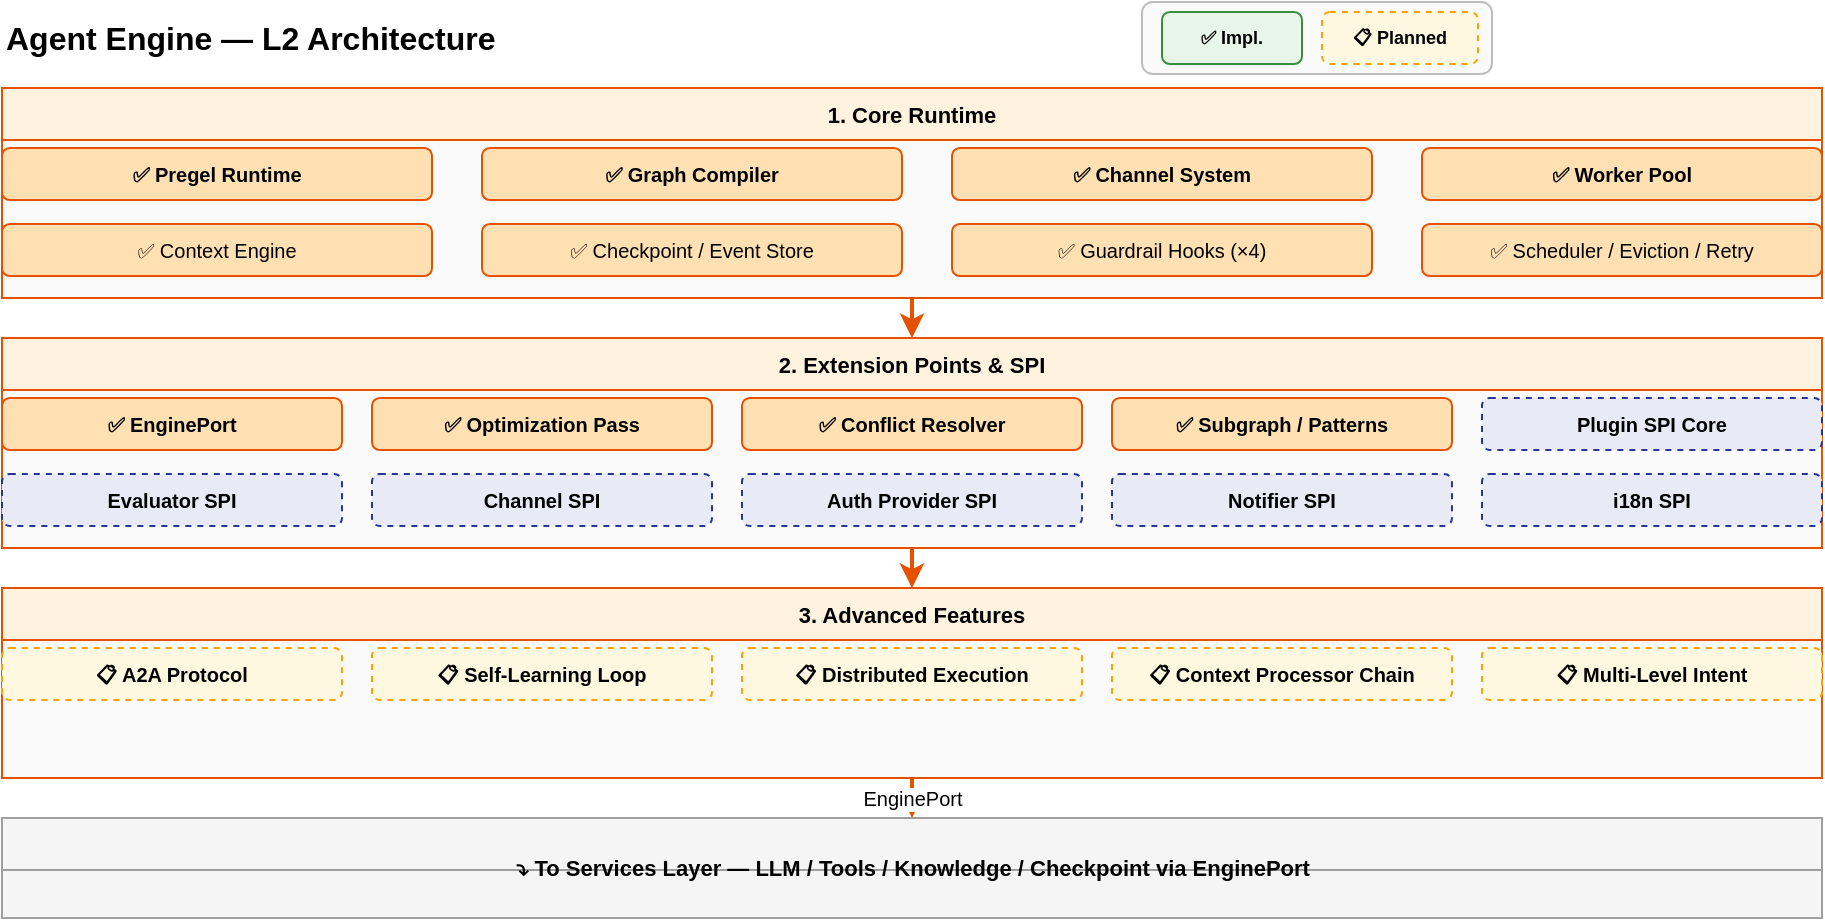
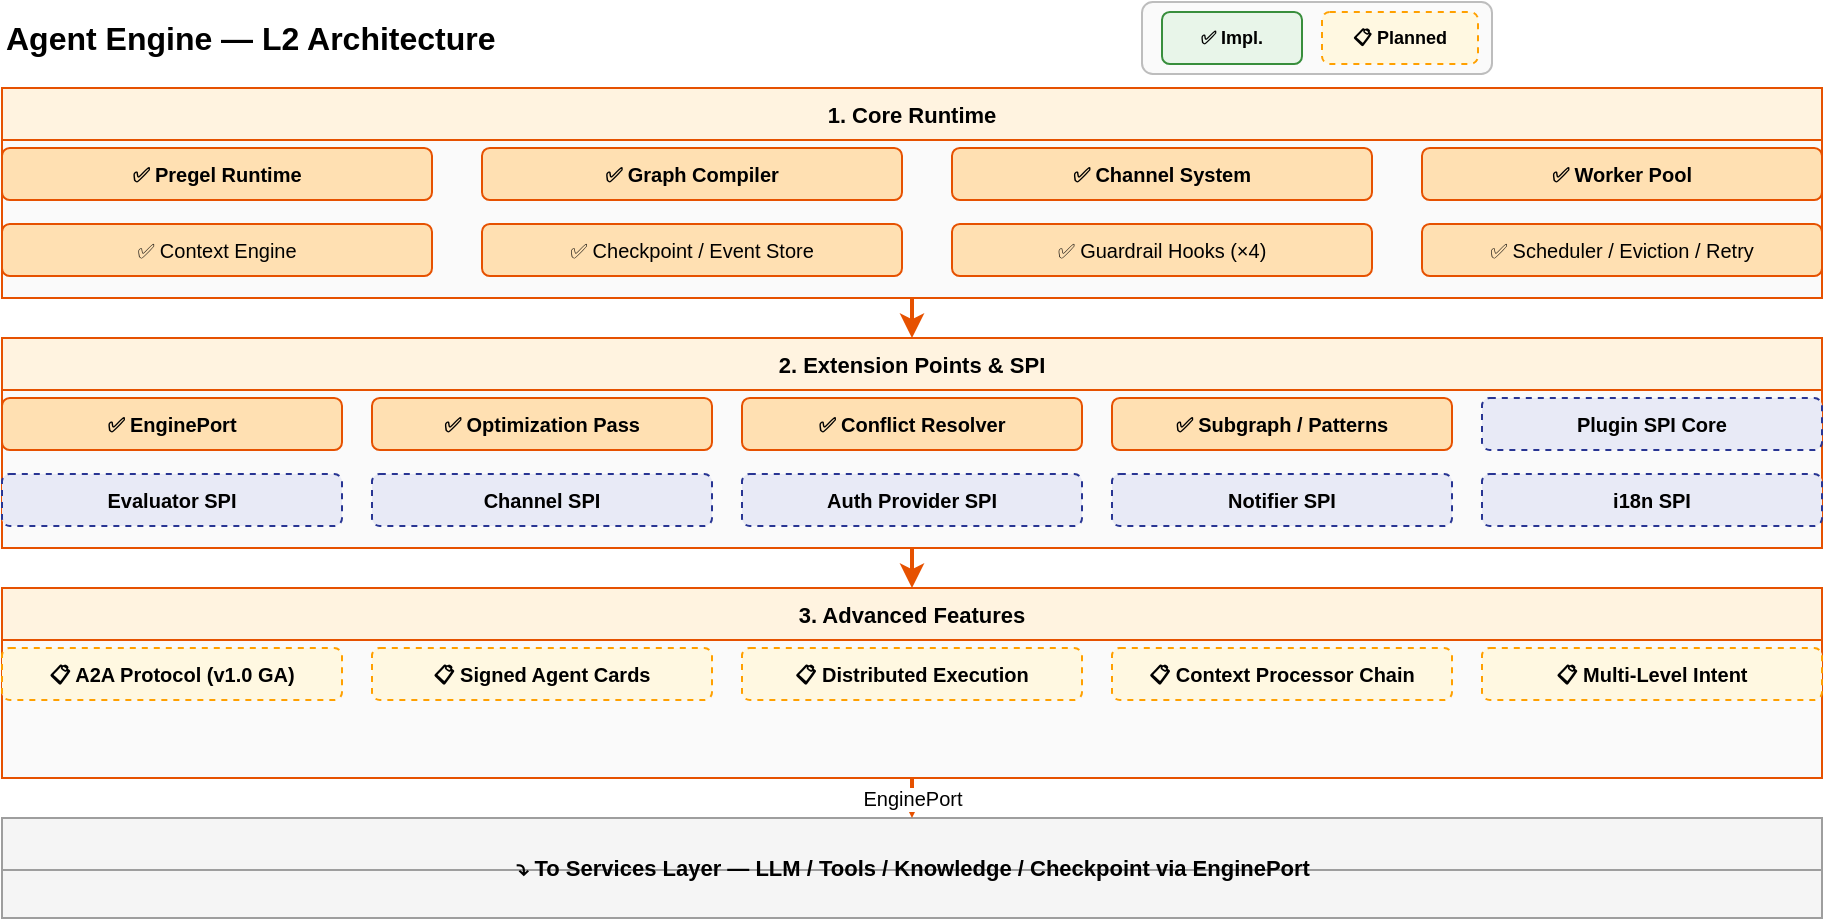
<?xml version="1.0" encoding="UTF-8"?>
<mxfile host="drawio" version="26.0.0">
  <diagram name="Agent-Engine-L2" id="agent-engine-l2">
    <mxGraphModel dx="3000" dy="2200" grid="1" gridSize="10" guides="1" tooltips="1" connect="1" arrows="1" fold="1" page="1" pageScale="1" pageWidth="950" pageHeight="520" math="0" shadow="0">
      <root>
        <mxCell id="0" />
        <mxCell id="1" parent="0" />

        <!-- LEGEND -->
        <mxCell id="legend" value="" style="rounded=1;whiteSpace=wrap;html=1;fillColor=#FAFAFA;strokeColor=#BDBDBD;strokeWidth=1;" vertex="1" parent="1">
          <mxGeometry x="590" y="12" width="175" height="36" as="geometry" />
        </mxCell>
        <mxCell id="legend_done" value="✅ Impl." style="rounded=1;whiteSpace=wrap;html=1;fillColor=#E8F5E9;strokeColor=#388E3C;fontSize=9;fontStyle=1;" vertex="1" parent="1">
          <mxGeometry x="600" y="17" width="70" height="26" as="geometry" />
        </mxCell>
        <mxCell id="legend_plan" value="📋 Planned" style="rounded=1;whiteSpace=wrap;html=1;fillColor=#FFF8E1;strokeColor=#FFA000;fontSize=9;fontStyle=1;dashed=1;" vertex="1" parent="1">
          <mxGeometry x="680" y="17" width="78" height="26" as="geometry" />
        </mxCell>
        <!-- TITLE -->
        <mxCell id="title" value="&lt;b&gt;Agent Engine — L2 Architecture&lt;/b&gt;" style="text;html=1;fontSize=16;fontStyle=1;align=left;verticalAlign=middle;fillColor=none;strokeColor=none;" vertex="1" parent="1">
          <mxGeometry x="20" y="15" width="500" height="30" as="geometry" />
        </mxCell>

        <!-- ROW 1: CORE RUNTIME -->
        <mxCell id="r1_c" value="1. Core Runtime" style="swimlane;startSize=26;fillColor=#FFF3E0;strokeColor=#E65100;fontSize=11;fontStyle=1;swimlaneFillColor=#FAFAFA;" vertex="1" parent="1">
          <mxGeometry x="20" y="55" width="910" height="105" as="geometry" />
        </mxCell>
        <!-- Sub-row 1a: 215+210+210+200 = 835 -->
        <mxCell id="r1_pregel" value="✅ Pregel Runtime" style="rounded=1;whiteSpace=wrap;html=1;fillColor=#FFE0B2;strokeColor=#E65100;fontSize=10;fontStyle=1;" vertex="1" parent="r1_c">
          <mxGeometry x="0" y="30" width="215" height="26" as="geometry" />
        </mxCell>
        <mxCell id="r1_compiler" value="✅ Graph Compiler" style="rounded=1;whiteSpace=wrap;html=1;fillColor=#FFE0B2;strokeColor=#E65100;fontSize=10;fontStyle=1;" vertex="1" parent="r1_c">
          <mxGeometry x="240" y="30" width="210" height="26" as="geometry" />
        </mxCell>
        <mxCell id="r1_channel" value="✅ Channel System" style="rounded=1;whiteSpace=wrap;html=1;fillColor=#FFE0B2;strokeColor=#E65100;fontSize=10;fontStyle=1;" vertex="1" parent="r1_c">
          <mxGeometry x="475" y="30" width="210" height="26" as="geometry" />
        </mxCell>
        <mxCell id="r1_workerpool" value="✅ Worker Pool" style="rounded=1;whiteSpace=wrap;html=1;fillColor=#FFE0B2;strokeColor=#E65100;fontSize=10;fontStyle=1;" vertex="1" parent="r1_c">
          <mxGeometry x="710" y="30" width="200" height="26" as="geometry" />
        </mxCell>
        <!-- Sub-row 1b -->
        <mxCell id="r1_context" value="✅ Context Engine" style="rounded=1;whiteSpace=wrap;html=1;fillColor=#FFE0B2;strokeColor=#E65100;fontSize=10;" vertex="1" parent="r1_c">
          <mxGeometry x="0" y="68" width="215" height="26" as="geometry" />
        </mxCell>
        <mxCell id="r1_checkpoint" value="✅ Checkpoint / Event Store" style="rounded=1;whiteSpace=wrap;html=1;fillColor=#FFE0B2;strokeColor=#E65100;fontSize=10;" vertex="1" parent="r1_c">
          <mxGeometry x="240" y="68" width="210" height="26" as="geometry" />
        </mxCell>
        <mxCell id="r1_guardrail" value="✅ Guardrail Hooks (×4)" style="rounded=1;whiteSpace=wrap;html=1;fillColor=#FFE0B2;strokeColor=#E65100;fontSize=10;" vertex="1" parent="r1_c">
          <mxGeometry x="475" y="68" width="210" height="26" as="geometry" />
        </mxCell>
        <mxCell id="r1_scheduler" value="✅ Scheduler / Eviction / Retry" style="rounded=1;whiteSpace=wrap;html=1;fillColor=#FFE0B2;strokeColor=#E65100;fontSize=10;" vertex="1" parent="r1_c">
          <mxGeometry x="710" y="68" width="200" height="26" as="geometry" />
        </mxCell>

        <!-- ROW 2: EXTENSION POINTS & SPI -->
        <mxCell id="r2_c" value="2. Extension Points &amp; SPI" style="swimlane;startSize=26;fillColor=#FFF3E0;strokeColor=#E65100;fontSize=11;fontStyle=1;swimlaneFillColor=#FAFAFA;" vertex="1" parent="1">
          <mxGeometry x="20" y="180" width="910" height="105" as="geometry" />
        </mxCell>
        <!-- Sub-row 2a: 5 × 170 = 850 -->
        <mxCell id="r2_engineport" value="✅ EnginePort" style="rounded=1;whiteSpace=wrap;html=1;fillColor=#FFE0B2;strokeColor=#E65100;fontSize=10;fontStyle=1;" vertex="1" parent="r2_c">
          <mxGeometry x="0" y="30" width="170" height="26" as="geometry" />
        </mxCell>
        <mxCell id="r2_optimization" value="✅ Optimization Pass" style="rounded=1;whiteSpace=wrap;html=1;fillColor=#FFE0B2;strokeColor=#E65100;fontSize=10;fontStyle=1;" vertex="1" parent="r2_c">
          <mxGeometry x="185" y="30" width="170" height="26" as="geometry" />
        </mxCell>
        <mxCell id="r2_conflict" value="✅ Conflict Resolver" style="rounded=1;whiteSpace=wrap;html=1;fillColor=#FFE0B2;strokeColor=#E65100;fontSize=10;fontStyle=1;" vertex="1" parent="r2_c">
          <mxGeometry x="370" y="30" width="170" height="26" as="geometry" />
        </mxCell>
        <mxCell id="r2_subgraph" value="✅ Subgraph / Patterns" style="rounded=1;whiteSpace=wrap;html=1;fillColor=#FFE0B2;strokeColor=#E65100;fontSize=10;fontStyle=1;" vertex="1" parent="r2_c">
          <mxGeometry x="555" y="30" width="170" height="26" as="geometry" />
        </mxCell>
        <mxCell id="r2_plugin" value="Plugin SPI Core" style="rounded=1;whiteSpace=wrap;html=1;fillColor=#E8EAF6;strokeColor=#283593;fontSize=10;fontStyle=1;dashed=1;" vertex="1" parent="r2_c">
          <mxGeometry x="740" y="30" width="170" height="26" as="geometry" />
        </mxCell>
        <!-- Sub-row 2b -->
        <mxCell id="r2_evaluator" value="Evaluator SPI" style="rounded=1;whiteSpace=wrap;html=1;fillColor=#E8EAF6;strokeColor=#283593;fontSize=10;fontStyle=1;dashed=1;" vertex="1" parent="r2_c">
          <mxGeometry x="0" y="68" width="170" height="26" as="geometry" />
        </mxCell>
        <mxCell id="r2_channelspi" value="Channel SPI" style="rounded=1;whiteSpace=wrap;html=1;fillColor=#E8EAF6;strokeColor=#283593;fontSize=10;fontStyle=1;dashed=1;" vertex="1" parent="r2_c">
          <mxGeometry x="185" y="68" width="170" height="26" as="geometry" />
        </mxCell>
        <mxCell id="r2_authspi" value="Auth Provider SPI" style="rounded=1;whiteSpace=wrap;html=1;fillColor=#E8EAF6;strokeColor=#283593;fontSize=10;fontStyle=1;dashed=1;" vertex="1" parent="r2_c">
          <mxGeometry x="370" y="68" width="170" height="26" as="geometry" />
        </mxCell>
        <mxCell id="r2_notifier" value="Notifier SPI" style="rounded=1;whiteSpace=wrap;html=1;fillColor=#E8EAF6;strokeColor=#283593;fontSize=10;fontStyle=1;dashed=1;" vertex="1" parent="r2_c">
          <mxGeometry x="555" y="68" width="170" height="26" as="geometry" />
        </mxCell>
        <mxCell id="r2_i18n" value="i18n SPI" style="rounded=1;whiteSpace=wrap;html=1;fillColor=#E8EAF6;strokeColor=#283593;fontSize=10;fontStyle=1;dashed=1;" vertex="1" parent="r2_c">
          <mxGeometry x="740" y="68" width="170" height="26" as="geometry" />
        </mxCell>

        <!-- ROW 3: ADVANCED FEATURES -->
        <mxCell id="r3_c" value="3. Advanced Features" style="swimlane;startSize=26;fillColor=#FFF3E0;strokeColor=#E65100;fontSize=11;fontStyle=1;swimlaneFillColor=#FAFAFA;" vertex="1" parent="1">
          <mxGeometry x="20" y="305" width="910" height="95" as="geometry" />
        </mxCell>
        <!-- 5 × 170 = 850 -->
-         <mxCell id="r3_a2a" value="📋 A2A Protocol" style="rounded=1;whiteSpace=wrap;html=1;fillColor=#FFF8E1;strokeColor=#FFA000;fontSize=10;fontStyle=1;dashed=1;" vertex="1" parent="r3_c">
+         <mxCell id="r3_a2a" value="📋 A2A Protocol (v1.0 GA)" style="rounded=1;whiteSpace=wrap;html=1;fillColor=#FFF8E1;strokeColor=#FFA000;fontSize=10;fontStyle=1;dashed=1;" vertex="1" parent="r3_c">
          <mxGeometry x="0" y="30" width="170" height="26" as="geometry" />
        </mxCell>
-         <mxCell id="r3_selflearn" value="📋 Self-Learning Loop" style="rounded=1;whiteSpace=wrap;html=1;fillColor=#FFF8E1;strokeColor=#FFA000;fontSize=10;fontStyle=1;dashed=1;" vertex="1" parent="r3_c">
+         <mxCell id="r3_cards" value="📋 Signed Agent Cards" style="rounded=1;whiteSpace=wrap;html=1;fillColor=#FFF8E1;strokeColor=#FFA000;fontSize=10;fontStyle=1;dashed=1;" vertex="1" parent="r3_c">
          <mxGeometry x="185" y="30" width="170" height="26" as="geometry" />
        </mxCell>
        <mxCell id="r3_distributed" value="📋 Distributed Execution" style="rounded=1;whiteSpace=wrap;html=1;fillColor=#FFF8E1;strokeColor=#FFA000;fontSize=10;fontStyle=1;dashed=1;" vertex="1" parent="r3_c">
          <mxGeometry x="370" y="30" width="170" height="26" as="geometry" />
        </mxCell>
        <mxCell id="r3_ctxchain" value="📋 Context Processor Chain" style="rounded=1;whiteSpace=wrap;html=1;fillColor=#FFF8E1;strokeColor=#FFA000;fontSize=10;fontStyle=1;dashed=1;" vertex="1" parent="r3_c">
          <mxGeometry x="555" y="30" width="170" height="26" as="geometry" />
        </mxCell>
        <mxCell id="r3_intent" value="📋 Multi-Level Intent" style="rounded=1;whiteSpace=wrap;html=1;fillColor=#FFF8E1;strokeColor=#FFA000;fontSize=10;fontStyle=1;dashed=1;" vertex="1" parent="r3_c">
          <mxGeometry x="740" y="30" width="170" height="26" as="geometry" />
        </mxCell>

        <!-- ROW 4: DOWNSTREAM -->
        <mxCell id="r4_c" value="" style="swimlane;startSize=26;fillColor=#F5F5F5;strokeColor=#9E9E9E;fontSize=11;fontStyle=1;swimlaneFillColor=#F5F5F5;" vertex="1" parent="1">
          <mxGeometry x="20" y="420" width="910" height="50" as="geometry" />
        </mxCell>
        <mxCell id="r4_down" value="⤵  To Services Layer — LLM / Tools / Knowledge / Checkpoint via EnginePort" style="text;html=1;fontSize=11;fontStyle=1;align=center;verticalAlign=middle;fillColor=none;strokeColor=none;" vertex="1" parent="r4_c">
          <mxGeometry x="155" y="5" width="600" height="40" as="geometry" />
        </mxCell>

        <!-- EDGES -->
        <mxCell id="e1" value="" style="edgeStyle=orthogonalEdgeStyle;rounded=1;orthogonalLoop=1;jettySize=auto;html=1;strokeColor=#E65100;strokeWidth=2;exitX=0.5;exitY=1;exitDx=0;exitDy=0;entryX=0.5;entryY=0;entryDx=0;entryDy=0;" edge="1" parent="1" source="r1_c" target="r2_c">
          <mxGeometry relative="1" as="geometry" />
        </mxCell>
        <mxCell id="e2" value="" style="edgeStyle=orthogonalEdgeStyle;rounded=1;orthogonalLoop=1;jettySize=auto;html=1;strokeColor=#E65100;strokeWidth=2;exitX=0.5;exitY=1;exitDx=0;exitDy=0;entryX=0.5;entryY=0;entryDx=0;entryDy=0;" edge="1" parent="1" source="r2_c" target="r3_c">
          <mxGeometry relative="1" as="geometry" />
        </mxCell>
        <mxCell id="e3" value="EnginePort" style="edgeStyle=orthogonalEdgeStyle;rounded=1;orthogonalLoop=1;jettySize=auto;html=1;strokeColor=#E65100;strokeWidth=2;fontSize=10;exitX=0.5;exitY=1;exitDx=0;exitDy=0;entryX=0.5;entryY=0;entryDx=0;entryDy=0;" edge="1" parent="1" source="r3_c" target="r4_c">
          <mxGeometry relative="1" as="geometry" />
        </mxCell>
      </root>
    </mxGraphModel>
  </diagram>
</mxfile>
